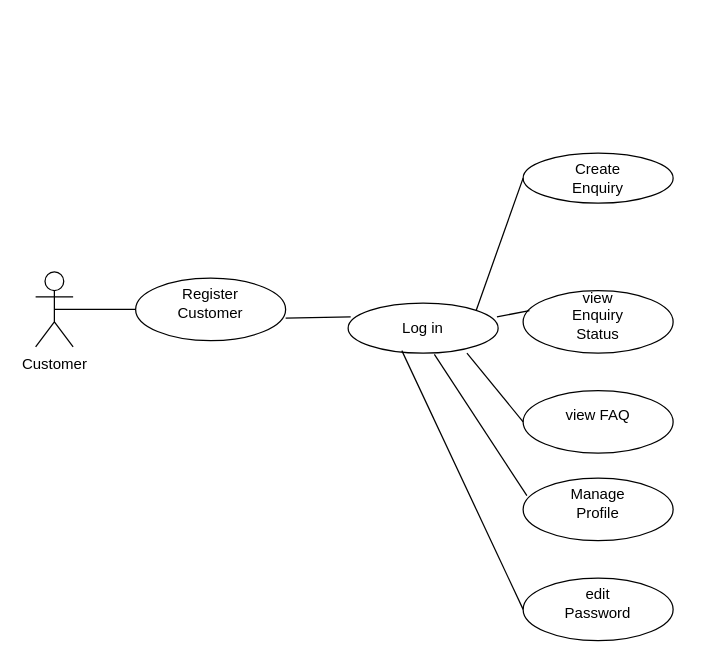
Above: Untitled Diagram.drawio in PG-Dac-Project/PG-DAC-Project (draw.io), before the change. Source tidied: cells renumbered, new cells numbered last; positions are measured from the earlier drawing's top-left corner, leaving out a move shared by most shapes. Both pictures are drawn from the tidied source at 125%, with x=0, y=0 at pixel (35, 152).
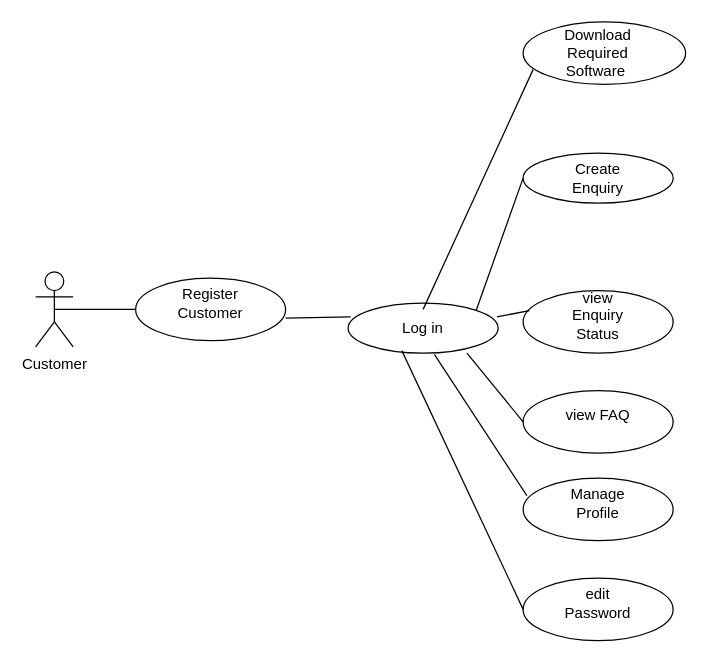
The same page after the edit.

Unchanged cells that the change refers to:
```xml
<mxCell id="6" value="Log in" style="text;html=1;strokeColor=none;fillColor=none;align=center;verticalAlign=middle;whiteSpace=wrap;rounded=0;" parent="1" vertex="1">
  <mxGeometry x="280" y="125" width="60" height="30" as="geometry" />
</mxCell>
```

Change to the diagram source:
```diff
@@
+    <mxCell id="24" style="ellipse;whiteSpace=wrap;html=1;" parent="1" vertex="1">
+      <mxGeometry x="390" y="-105" width="130" height="50" as="geometry" />
+    </mxCell>
+    <mxCell id="25" value="Download Required Software&amp;nbsp;" style="text;html=1;strokeColor=none;fillColor=none;align=center;verticalAlign=middle;whiteSpace=wrap;rounded=0;" parent="1" vertex="1">
+      <mxGeometry x="420" y="-95" width="60" height="30" as="geometry" />
+    </mxCell>
+    <mxCell id="26" style="endArrow=none;html=1;rounded=0;entryX=0.062;entryY=0.76;entryDx=0;entryDy=0;entryPerimeter=0;exitX=0.5;exitY=0;exitDx=0;exitDy=0;" parent="1" edge="1" source="6" target="24">
+      <mxGeometry relative="1" as="geometry" />
+    </mxCell>
```
